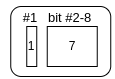
The draw.io diagram img/transport-status-bitmap.drawio.png in plabble/plabble.github.io, before a commit. Source tidied: cells renumbered, new cells last; positions are measured from the earlier drawing's top-left corner, leaving out a move shared by most shapes.
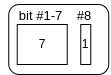
The same diagram one commit later.

Diff of the diagram source:
```diff
@@ -6,12 +6,12 @@
       <mxGeometry x="8.2" y="4" width="100" height="70" as="geometry" />
     </mxCell>
     <mxCell id="3" value="7" style="rounded=0;whiteSpace=wrap;html=1;" parent="1" vertex="1">
-      <mxGeometry x="44.8" y="24" width="50" height="40" as="geometry" />
+      <mxGeometry x="16.8" y="24" width="50" height="40" as="geometry" />
     </mxCell>
     <mxCell id="4" value="1" style="rounded=0;whiteSpace=wrap;html=1;" parent="1" vertex="1">
-      <mxGeometry x="24.2" y="24" width="10" height="40" as="geometry" />
+      <mxGeometry x="80.2" y="24" width="10" height="40" as="geometry" />
     </mxCell>
-    <mxCell id="5" value="#1&amp;nbsp; &amp;nbsp;bit #2-8" style="text;html=1;strokeColor=none;fillColor=none;align=center;verticalAlign=middle;whiteSpace=wrap;rounded=0;fontSize=13;" parent="1" vertex="1">
+    <mxCell id="5" value="bit #1-7&amp;nbsp; &amp;nbsp; #8" style="text;html=1;strokeColor=none;fillColor=none;align=center;verticalAlign=middle;whiteSpace=wrap;rounded=0;fontSize=13;" parent="1" vertex="1">
       <mxGeometry x="0.2" width="110" height="30" as="geometry" />
     </mxCell>
   </root>
```
